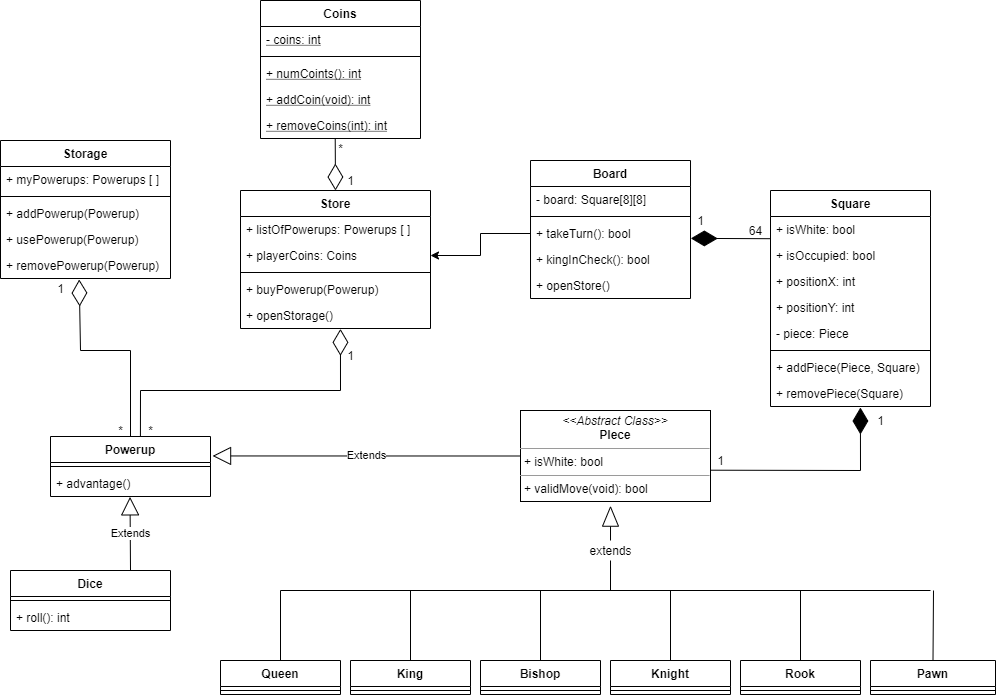
KatPrend/ProjCOP keeps this draw.io diagram as Architecture/ClassDiagram.png. Above is the earlier version. Source tidied: cells renumbered, new cells last; positions are measured from the earlier drawing's top-left corner, leaving out a move shared by most shapes.
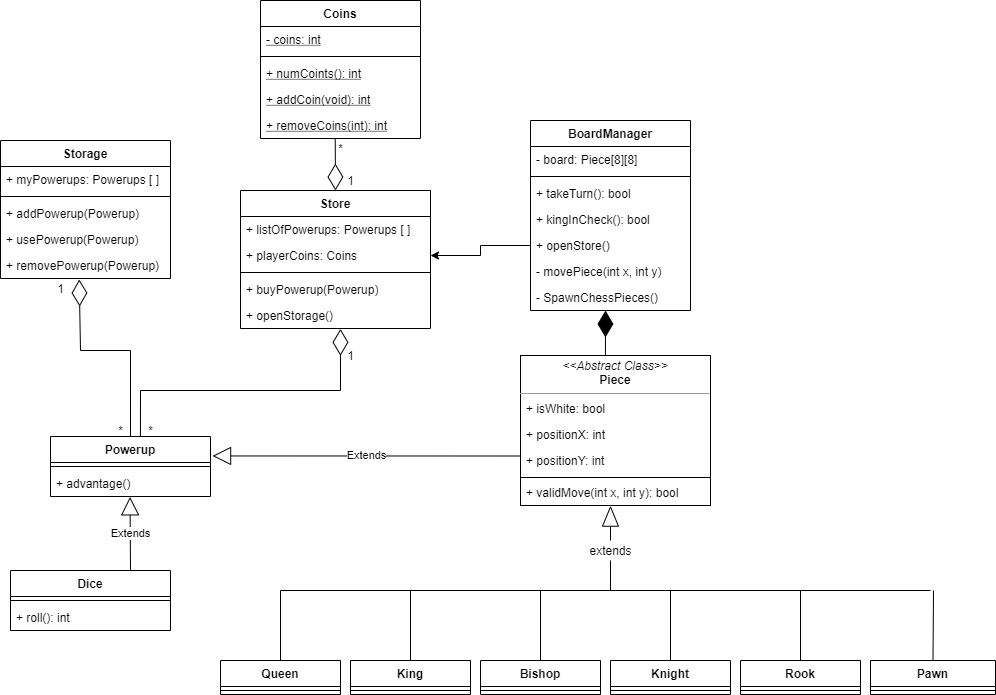
The same diagram one commit later.

Commit message:
Update class diagram

Change to the diagram source:
```diff
@@ -38,10 +38,10 @@
     <mxCell id="13" style="line;strokeWidth=1;fillColor=none;align=left;verticalAlign=middle;spacingTop=-1;spacingLeft=3;spacingRight=3;labelPosition=right;" parent="12" vertex="1">
       <mxGeometry y="26" width="125" height="8" as="geometry" />
     </mxCell>
-    <mxCell id="14" value="Board" style="swimlane;fontStyle=1;align=center;verticalAlign=top;horizontal=1;startSize=26;" parent="1" vertex="1">
-      <mxGeometry x="530" y="160" width="160" height="138" as="geometry" />
+    <mxCell id="14" value="BoardManager" style="swimlane;fontStyle=1;align=center;verticalAlign=top;horizontal=1;startSize=26;" parent="1" vertex="1">
+      <mxGeometry x="530" y="120" width="160" height="190" as="geometry" />
     </mxCell>
-    <mxCell id="15" value="- board: Square[8][8]" style="text;strokeColor=none;fillColor=none;align=left;verticalAlign=top;spacingLeft=4;spacingRight=4;overflow=hidden;" parent="14" vertex="1">
+    <mxCell id="15" value="- board: Piece[8][8]" style="text;strokeColor=none;fillColor=none;align=left;verticalAlign=top;spacingLeft=4;spacingRight=4;overflow=hidden;" parent="14" vertex="1">
       <mxGeometry y="26" width="160" height="26" as="geometry" />
     </mxCell>
     <mxCell id="16" style="line;strokeWidth=1;fillColor=none;align=left;verticalAlign=middle;spacingTop=-1;spacingLeft=3;spacingRight=3;labelPosition=right;" parent="14" vertex="1">
@@ -56,6 +56,12 @@
     <mxCell id="19" value="+ openStore()" style="text;strokeColor=none;fillColor=none;align=left;verticalAlign=top;spacingLeft=4;spacingRight=4;overflow=hidden;points=[[0,0.5],[1,0.5]];portConstraint=eastwest;" parent="14" vertex="1">
       <mxGeometry y="112" width="160" height="26" as="geometry" />
     </mxCell>
+    <mxCell id="88" value="- movePiece(int x, int y)" style="text;strokeColor=none;fillColor=none;align=left;verticalAlign=top;spacingLeft=4;spacingRight=4;overflow=hidden;" parent="14" vertex="1">
+      <mxGeometry y="138" width="160" height="26" as="geometry" />
+    </mxCell>
+    <mxCell id="89" value="- SpawnChessPieces()" style="text;strokeColor=none;fillColor=none;align=left;verticalAlign=top;spacingLeft=4;spacingRight=4;overflow=hidden;" parent="14" vertex="1">
+      <mxGeometry y="164" width="160" height="26" as="geometry" />
+    </mxCell>
     <mxCell id="20" value="Store" style="swimlane;fontStyle=1;align=center;verticalAlign=top;horizontal=1;startSize=26;" parent="1" vertex="1">
       <mxGeometry x="240" y="190" width="190" height="138" as="geometry" />
     </mxCell>
@@ -160,61 +166,9 @@
         <mxPoint x="610" y="590" as="sourcePoint" />
       </mxGeometry>
     </mxCell>
-    <mxCell id="49" value="&lt;p style=&quot;margin: 0px ; margin-top: 4px ; text-align: center&quot;&gt;&lt;i&gt;&amp;lt;&amp;lt;Abstract Class&amp;gt;&amp;gt;&lt;/i&gt;&lt;br&gt;&lt;b&gt;PIece&lt;/b&gt;&lt;/p&gt;&lt;hr size=&quot;1&quot;&gt;&lt;p style=&quot;margin: 0px ; margin-left: 4px&quot;&gt;+ isWhite: bool&lt;br&gt;&lt;/p&gt;&lt;hr size=&quot;1&quot;&gt;&lt;p style=&quot;margin: 0px ; margin-left: 4px&quot;&gt;+ validMove(void): bool&lt;/p&gt;" style="verticalAlign=top;align=left;overflow=fill;fontSize=12;fontFamily=Helvetica;html=1;" parent="1" vertex="1">
-      <mxGeometry x="520" y="410" width="190" height="91" as="geometry" />
-    </mxCell>
-    <mxCell id="50" value="Square" style="swimlane;fontStyle=1;align=center;verticalAlign=top;horizontal=1;startSize=26;" parent="1" vertex="1">
-      <mxGeometry x="770" y="190" width="160" height="216" as="geometry" />
-    </mxCell>
-    <mxCell id="51" value="+ isWhite: bool" style="text;strokeColor=none;fillColor=none;align=left;verticalAlign=top;spacingLeft=4;spacingRight=4;overflow=hidden;points=[[0,0.5],[1,0.5]];portConstraint=eastwest;" parent="50" vertex="1">
-      <mxGeometry y="26" width="160" height="26" as="geometry" />
-    </mxCell>
-    <mxCell id="52" value="+ isOccupied: bool" style="text;strokeColor=none;fillColor=none;align=left;verticalAlign=top;spacingLeft=4;spacingRight=4;overflow=hidden;" parent="50" vertex="1">
-      <mxGeometry y="52" width="160" height="26" as="geometry" />
-    </mxCell>
-    <mxCell id="53" value="+ positionX: int" style="text;strokeColor=none;fillColor=none;align=left;verticalAlign=top;spacingLeft=4;spacingRight=4;overflow=hidden;" parent="50" vertex="1">
-      <mxGeometry y="78" width="160" height="26" as="geometry" />
-    </mxCell>
-    <mxCell id="54" value="+ positionY: int" style="text;strokeColor=none;fillColor=none;align=left;verticalAlign=top;spacingLeft=4;spacingRight=4;overflow=hidden;" parent="50" vertex="1">
-      <mxGeometry y="104" width="160" height="26" as="geometry" />
-    </mxCell>
-    <mxCell id="55" value="- piece: Piece" style="text;strokeColor=none;fillColor=none;align=left;verticalAlign=top;spacingLeft=4;spacingRight=4;overflow=hidden;" parent="50" vertex="1">
-      <mxGeometry y="130" width="160" height="26" as="geometry" />
-    </mxCell>
-    <mxCell id="56" style="line;strokeWidth=1;fillColor=none;align=left;verticalAlign=middle;spacingTop=-1;spacingLeft=3;spacingRight=3;labelPosition=right;" parent="50" vertex="1">
-      <mxGeometry y="156" width="160" height="8" as="geometry" />
-    </mxCell>
-    <mxCell id="57" value="+ addPiece(Piece, Square)" style="text;strokeColor=none;fillColor=none;align=left;verticalAlign=top;spacingLeft=4;spacingRight=4;overflow=hidden;" parent="50" vertex="1">
-      <mxGeometry y="164" width="160" height="26" as="geometry" />
-    </mxCell>
-    <mxCell id="58" value="+ removePiece(Square)" style="text;strokeColor=none;fillColor=none;align=left;verticalAlign=top;spacingLeft=4;spacingRight=4;overflow=hidden;points=[[0,0.5],[1,0.5]];portConstraint=eastwest;" parent="50" vertex="1">
-      <mxGeometry y="190" width="160" height="26" as="geometry" />
-    </mxCell>
-    <mxCell id="59" style="endArrow=diamondThin;endFill=1;endSize=24;html=1;entryX=0.562;entryY=1.039;entryDx=0;entryDy=0;entryPerimeter=0;" parent="1" edge="1" target="58">
-      <mxGeometry relative="1" as="geometry">
-        <mxPoint x="860" y="470" as="sourcePoint" />
-      </mxGeometry>
-    </mxCell>
-    <mxCell id="60" style="endArrow=none;html=1;exitX=0.999;exitY=0.656;exitDx=0;exitDy=0;exitPerimeter=0;" parent="1" edge="1" source="49">
-      <mxGeometry relative="1" as="geometry">
-        <mxPoint x="860" y="470" as="targetPoint" />
-      </mxGeometry>
-    </mxCell>
     <mxCell id="61" style="endArrow=diamondThin;endFill=0;endSize=24;html=1;entryX=0.5;entryY=0;entryDx=0;entryDy=0;exitX=0.467;exitY=1.007;exitDx=0;exitDy=0;exitPerimeter=0;" parent="1" edge="1" source="37" target="20">
       <mxGeometry relative="1" as="geometry" />
     </mxCell>
-    <mxCell id="62" value="1" style="text;html=1;align=center;verticalAlign=middle;" parent="1" vertex="1">
-      <mxGeometry x="710" y="450" width="20" height="20" as="geometry" />
-    </mxCell>
-    <mxCell id="63" value="1" style="text;html=1;align=center;verticalAlign=middle;" parent="1" vertex="1">
-      <mxGeometry x="870" y="410" width="20" height="20" as="geometry" />
-    </mxCell>
-    <mxCell id="64" value="1" style="text;html=1;align=center;verticalAlign=middle;" parent="1" vertex="1">
-      <mxGeometry x="690" y="210" width="20" height="20" as="geometry" />
-    </mxCell>
-    <mxCell id="65" value="64" style="text;html=1;align=center;verticalAlign=middle;" parent="1" vertex="1">
-      <mxGeometry x="740" y="220" width="30" height="20" as="geometry" />
-    </mxCell>
     <mxCell id="66" value="Powerup" style="swimlane;fontStyle=1;align=center;verticalAlign=top;horizontal=1;startSize=26;" parent="1" vertex="1">
       <mxGeometry x="50" y="436" width="160" height="60" as="geometry" />
     </mxCell>
@@ -224,8 +178,9 @@
     <mxCell id="68" value="+ advantage()" style="text;strokeColor=none;fillColor=none;align=left;verticalAlign=top;spacingLeft=4;spacingRight=4;overflow=hidden;points=[[0,0.5],[1,0.5]];portConstraint=eastwest;" parent="66" vertex="1">
       <mxGeometry y="34" width="160" height="26" as="geometry" />
     </mxCell>
-    <mxCell id="69" value="Extends" style="endArrow=block;endSize=16;endFill=0;html=1;exitX=0;exitY=0.5;exitDx=0;exitDy=0;entryX=1.013;entryY=0.748;entryDx=0;entryDy=0;entryPerimeter=0;" parent="1" edge="1" source="49">
+    <mxCell id="69" value="Extends" style="endArrow=block;endSize=16;endFill=0;html=1;exitX=0;exitY=0.5;exitDx=0;exitDy=0;entryX=1.013;entryY=0.748;entryDx=0;entryDy=0;entryPerimeter=0;" parent="1" edge="1">
       <mxGeometry relative="1" as="geometry">
+        <mxPoint x="520" y="455.5" as="sourcePoint" />
         <mxPoint x="212.1" y="455.4" as="targetPoint" />
       </mxGeometry>
     </mxCell>
@@ -246,8 +201,10 @@
     <mxCell id="74" value="*" style="text;html=1;align=center;verticalAlign=middle;" parent="1" vertex="1">
       <mxGeometry x="110" y="420" width="20" height="20" as="geometry" />
     </mxCell>
-    <mxCell id="75" style="endArrow=diamondThin;endFill=1;endSize=24;html=1;entryX=1.002;entryY=0.688;entryDx=0;entryDy=0;entryPerimeter=0;exitX=-0.001;exitY=0.854;exitDx=0;exitDy=0;exitPerimeter=0;" parent="1" edge="1" source="51" target="17">
-      <mxGeometry relative="1" as="geometry" />
+    <mxCell id="75" style="endArrow=diamondThin;endFill=1;endSize=24;html=1;exitX=0.447;exitY=0;exitDx=0;exitDy=0;exitPerimeter=0;" parent="1" edge="1" source="90">
+      <mxGeometry relative="1" as="geometry">
+        <mxPoint x="605" y="310" as="targetPoint" />
+      </mxGeometry>
     </mxCell>
     <mxCell id="76" style="endArrow=diamondThin;endFill=0;endSize=24;html=1;entryX=0.526;entryY=1.014;entryDx=0;entryDy=0;entryPerimeter=0;" parent="1" edge="1" target="25">
       <mxGeometry relative="1" as="geometry">
@@ -276,7 +233,7 @@
         <mxPoint x="130" y="350" as="sourcePoint" />
       </mxGeometry>
     </mxCell>
-    <mxCell id="81" style="edgeStyle=orthogonalEdgeStyle;rounded=0;jettySize=auto;html=1;exitX=0;exitY=0.5;exitDx=0;exitDy=0;entryX=1;entryY=0.5;entryDx=0;entryDy=0;" parent="1" edge="1" source="17" target="22">
+    <mxCell id="81" style="edgeStyle=orthogonalEdgeStyle;rounded=0;jettySize=auto;html=1;exitX=0;exitY=0.5;exitDx=0;exitDy=0;entryX=1;entryY=0.5;entryDx=0;entryDy=0;" parent="1" edge="1" source="19" target="22">
       <mxGeometry relative="1" as="geometry" />
     </mxCell>
     <mxCell id="82" value="1" style="text;html=1;align=center;verticalAlign=middle;" parent="1" vertex="1">
@@ -297,5 +254,23 @@
     <mxCell id="87" value="Extends" style="endArrow=block;endSize=16;endFill=0;html=1;exitX=0.75;exitY=0;exitDx=0;exitDy=0;entryX=0.497;entryY=1.014;entryDx=0;entryDy=0;entryPerimeter=0;" parent="1" edge="1" source="84" target="68">
       <mxGeometry relative="1" as="geometry" />
     </mxCell>
+    <mxCell id="90" value="&lt;p style=&quot;margin: 0px ; margin-top: 4px ; text-align: center&quot;&gt;&lt;i&gt;&amp;lt;&amp;lt;Abstract Class&amp;gt;&amp;gt;&lt;/i&gt;&lt;br&gt;&lt;b&gt;Piece&lt;/b&gt;&lt;/p&gt;&lt;hr size=&quot;1&quot;&gt;&lt;p style=&quot;margin: 0px ; margin-left: 4px&quot;&gt;&lt;br&gt;&lt;/p&gt;" style="verticalAlign=top;align=left;overflow=fill;fontSize=12;fontFamily=Helvetica;html=1;" parent="1" vertex="1">
+      <mxGeometry x="520" y="355" width="190" height="150" as="geometry" />
+    </mxCell>
+    <mxCell id="51" value="+ isWhite: bool" style="text;strokeColor=none;fillColor=none;align=left;verticalAlign=top;spacingLeft=4;spacingRight=4;overflow=hidden;points=[[0,0.5],[1,0.5]];portConstraint=eastwest;" parent="1" vertex="1">
+      <mxGeometry x="520" y="395" width="170" height="26" as="geometry" />
+    </mxCell>
+    <mxCell id="53" value="+ positionX: int" style="text;strokeColor=none;fillColor=none;align=left;verticalAlign=top;spacingLeft=4;spacingRight=4;overflow=hidden;" parent="1" vertex="1">
+      <mxGeometry x="520" y="421" width="170" height="26" as="geometry" />
+    </mxCell>
+    <mxCell id="54" value="+ positionY: int" style="text;strokeColor=none;fillColor=none;align=left;verticalAlign=top;spacingLeft=4;spacingRight=4;overflow=hidden;" parent="1" vertex="1">
+      <mxGeometry x="520" y="447" width="170" height="26" as="geometry" />
+    </mxCell>
+    <mxCell id="91" style="line;strokeWidth=1;fillColor=none;align=left;verticalAlign=middle;spacingTop=-1;spacingLeft=3;spacingRight=3;labelPosition=right;" parent="1" vertex="1">
+      <mxGeometry x="520" y="473" width="190" height="8" as="geometry" />
+    </mxCell>
+    <mxCell id="92" value="+ validMove(int x, int y): bool" style="text;strokeColor=none;fillColor=none;align=left;verticalAlign=top;spacingLeft=4;spacingRight=4;overflow=hidden;" parent="1" vertex="1">
+      <mxGeometry x="520" y="479" width="170" height="26" as="geometry" />
+    </mxCell>
   </root>
 </mxGraphModel>
```
